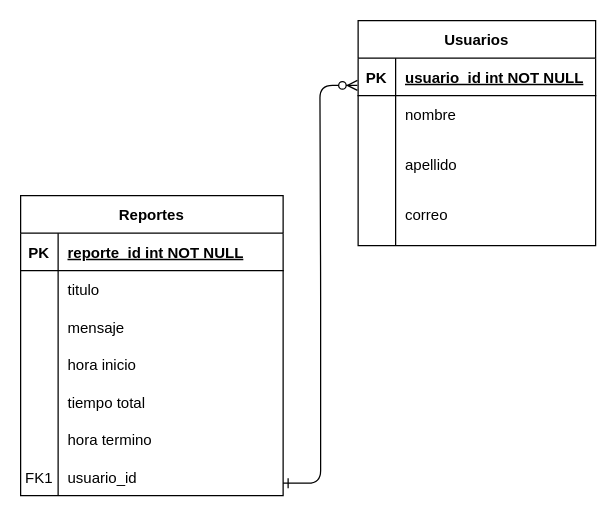
Earlier version of the draw.io diagram Diagrama sin título.drawio (Borzar/jz-notes). Source tidied: cells renumbered, new cells numbered last; positions are measured from the earlier drawing's top-left corner, leaving out a move shared by most shapes. Both pictures are drawn from the tidied source at 125%, with x=0, y=0 at pixel (20, 20).
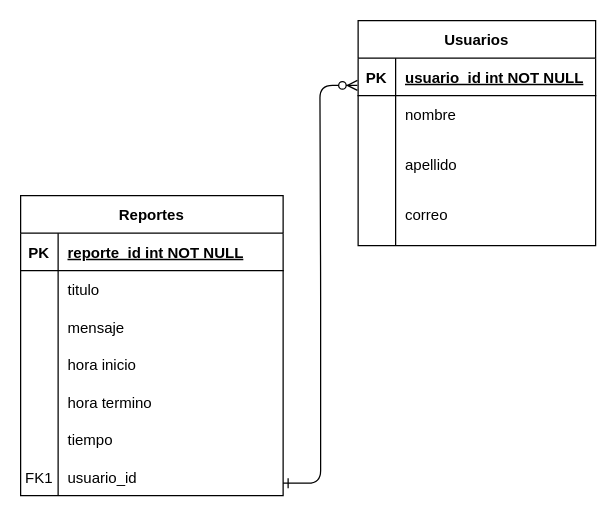
The same page after the edit.

Change to the diagram source:
```diff
@@
     <mxCell id="22" value="hora termino" style="shape=partialRectangle;overflow=hidden;fillColor=none;top=0;left=0;bottom=0;right=0;align=left;spacingLeft=6;" parent="1" vertex="1">
-      <mxGeometry x="30" y="320" width="240" height="30" as="geometry" />
+      <mxGeometry x="30" y="290" width="240" height="30" as="geometry" />
     </mxCell>
@@
-    <mxCell id="24" value="tiempo total" style="shape=partialRectangle;overflow=hidden;fillColor=none;top=0;left=0;bottom=0;right=0;align=left;spacingLeft=6;" parent="1" vertex="1">
-      <mxGeometry x="30" y="290" width="240" height="30" as="geometry" />
+    <mxCell id="24" value="tiempo" style="shape=partialRectangle;overflow=hidden;fillColor=none;top=0;left=0;bottom=0;right=0;align=left;spacingLeft=6;" parent="1" vertex="1">
+      <mxGeometry x="30" y="320" width="240" height="30" as="geometry" />
     </mxCell>
```
